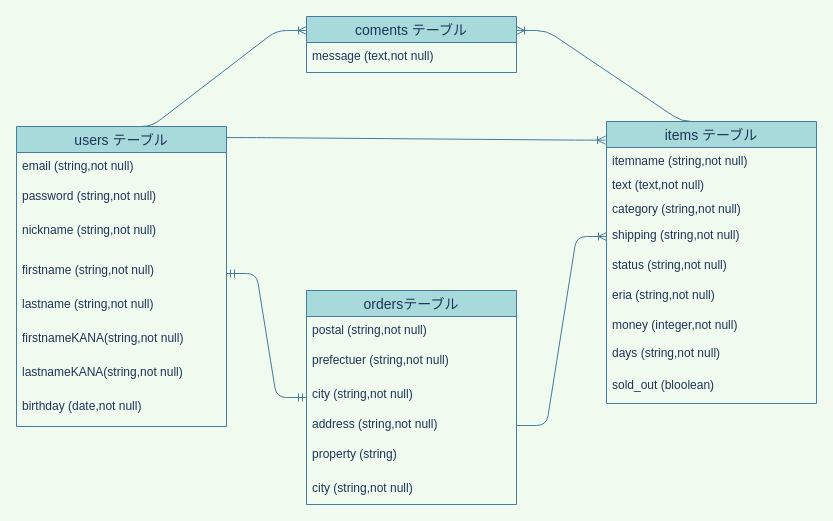
ucchiii0210/furima-32884 keeps this draw.io diagram as app/er.dio. Above is the earlier version. Source tidied: cells renumbered, new cells numbered last; positions are measured from the earlier drawing's top-left corner, leaving out a move shared by most shapes. Both pictures are drawn from the tidied source at 100%, with x=0, y=0 at pixel (16, 16).
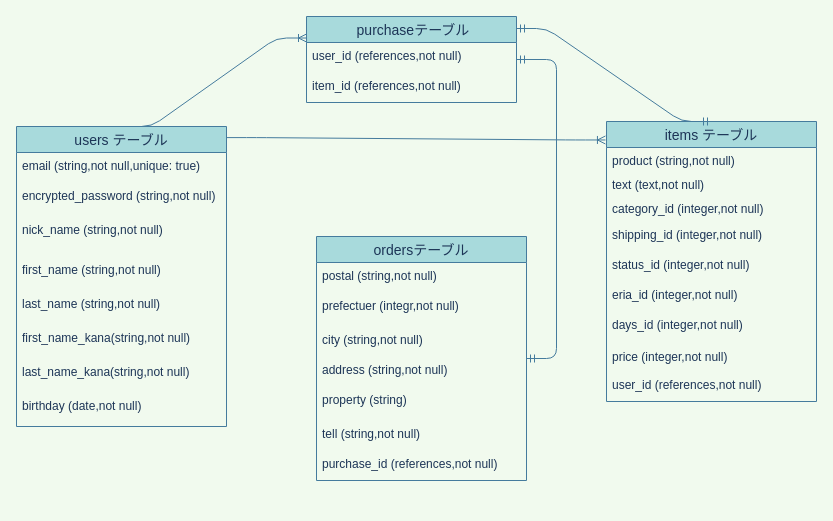
The same page after the edit.

Commit message (it also covers changes not shown here):
readmeとER図の修正

The change refers to these unchanged cells:
```xml
<mxCell id="2" value="users テーブル" style="swimlane;fontStyle=0;horizontal=1;startSize=26;align=center;fontSize=14;fillColor=#A8DADC;strokeColor=#457B9D;fontColor=#1D3557;" parent="1" vertex="1">
  <mxGeometry y="110" width="210" height="300" as="geometry" />
</mxCell>
<mxCell id="30" value="address (string,not null)" style="text;strokeColor=none;fillColor=none;spacingLeft=4;spacingRight=4;overflow=hidden;points=[[0,0.5],[1,0.5]];portConstraint=eastwest;fontSize=12;fontColor=#1D3557;" parent="26" vertex="1">
  <mxGeometry y="120" width="210" height="30" as="geometry" />
</mxCell>
```

The edit, as a diff of the source:
```diff
@@
-    <mxCell id="3" value="email (string,not null)&#10;" style="text;strokeColor=none;fillColor=none;spacingLeft=4;spacingRight=4;overflow=hidden;fontSize=12;fontColor=#1D3557;" parent="2" vertex="1">
+    <mxCell id="3" value="email (string,not null,unique: true)" style="text;strokeColor=none;fillColor=none;spacingLeft=4;spacingRight=4;overflow=hidden;fontSize=12;fontColor=#1D3557;" parent="2" vertex="1">
       <mxGeometry y="26" width="210" height="30" as="geometry" />
     </mxCell>
-    <mxCell id="4" value="password (string,not null)" style="text;strokeColor=none;fillColor=none;spacingLeft=4;spacingRight=4;overflow=hidden;fontSize=12;fontColor=#1D3557;" parent="2" vertex="1">
+    <mxCell id="4" value="encrypted_password (string,not null)" style="text;strokeColor=none;fillColor=none;spacingLeft=4;spacingRight=4;overflow=hidden;fontSize=12;fontColor=#1D3557;" parent="2" vertex="1">
       <mxGeometry y="56" width="210" height="34" as="geometry" />
     </mxCell>
-    <mxCell id="5" value="nickname (string,not null)" style="text;strokeColor=none;fillColor=none;spacingLeft=4;spacingRight=4;overflow=hidden;fontSize=12;fontColor=#1D3557;" parent="2" vertex="1">
+    <mxCell id="5" value="nick_name (string,not null)" style="text;strokeColor=none;fillColor=none;spacingLeft=4;spacingRight=4;overflow=hidden;fontSize=12;fontColor=#1D3557;" parent="2" vertex="1">
       <mxGeometry y="90" width="210" height="40" as="geometry" />
     </mxCell>
-    <mxCell id="6" value="firstname (string,not null)" style="text;strokeColor=none;fillColor=none;spacingLeft=4;spacingRight=4;overflow=hidden;points=[[0,0.5],[1,0.5]];portConstraint=eastwest;fontSize=12;fontColor=#1D3557;" parent="2" vertex="1">
+    <mxCell id="6" value="first_name (string,not null)" style="text;strokeColor=none;fillColor=none;spacingLeft=4;spacingRight=4;overflow=hidden;points=[[0,0.5],[1,0.5]];portConstraint=eastwest;fontSize=12;fontColor=#1D3557;" parent="2" vertex="1">
       <mxGeometry y="130" width="210" height="34" as="geometry" />
     </mxCell>
-    <mxCell id="7" value="lastname (string,not null)" style="text;strokeColor=none;fillColor=none;spacingLeft=4;spacingRight=4;overflow=hidden;fontSize=12;fontColor=#1D3557;" parent="2" vertex="1">
+    <mxCell id="7" value="last_name (string,not null)" style="text;strokeColor=none;fillColor=none;spacingLeft=4;spacingRight=4;overflow=hidden;fontSize=12;fontColor=#1D3557;" parent="2" vertex="1">
       <mxGeometry y="164" width="210" height="34" as="geometry" />
     </mxCell>
-    <mxCell id="8" value="firstnameKANA(string,not null)" style="text;strokeColor=none;fillColor=none;spacingLeft=4;spacingRight=4;overflow=hidden;fontSize=12;fontColor=#1D3557;" parent="2" vertex="1">
+    <mxCell id="8" value="first_name_kana(string,not null)" style="text;strokeColor=none;fillColor=none;spacingLeft=4;spacingRight=4;overflow=hidden;fontSize=12;fontColor=#1D3557;" parent="2" vertex="1">
       <mxGeometry y="198" width="210" height="34" as="geometry" />
     </mxCell>
-    <mxCell id="9" value="lastnameKANA(string,not null)" style="text;strokeColor=none;fillColor=none;spacingLeft=4;spacingRight=4;overflow=hidden;fontSize=12;fontColor=#1D3557;" parent="2" vertex="1">
+    <mxCell id="9" value="last_name_kana(string,not null)" style="text;strokeColor=none;fillColor=none;spacingLeft=4;spacingRight=4;overflow=hidden;fontSize=12;fontColor=#1D3557;" parent="2" vertex="1">
       <mxGeometry y="232" width="210" height="34" as="geometry" />
     </mxCell>
@@
     <mxCell id="12" value="items テーブル" style="swimlane;fontStyle=0;horizontal=1;startSize=26;align=center;fontSize=14;direction=east;fillColor=#A8DADC;strokeColor=#457B9D;fontColor=#1D3557;" parent="1" vertex="1">
-      <mxGeometry x="590" y="105" width="210" height="282" as="geometry" />
+      <mxGeometry x="590" y="105" width="210" height="280" as="geometry" />
     </mxCell>
-    <mxCell id="13" value="itemname (string,not null)&#10;" style="text;strokeColor=none;fillColor=none;spacingLeft=4;spacingRight=4;overflow=hidden;fontSize=12;fontColor=#1D3557;" parent="12" vertex="1">
+    <mxCell id="13" value="product (string,not null)&#10;" style="text;strokeColor=none;fillColor=none;spacingLeft=4;spacingRight=4;overflow=hidden;fontSize=12;fontColor=#1D3557;" parent="12" vertex="1">
       <mxGeometry y="26" width="210" height="24" as="geometry" />
     </mxCell>
@@
-    <mxCell id="15" value="category (string,not null)" style="text;strokeColor=none;fillColor=none;spacingLeft=4;spacingRight=4;overflow=hidden;fontSize=12;fontColor=#1D3557;" parent="12" vertex="1">
+    <mxCell id="15" value="category_id (integer,not null)" style="text;strokeColor=none;fillColor=none;spacingLeft=4;spacingRight=4;overflow=hidden;fontSize=12;fontColor=#1D3557;" parent="12" vertex="1">
       <mxGeometry y="74" width="210" height="26" as="geometry" />
     </mxCell>
-    <mxCell id="16" value="shipping (string,not null)" style="text;strokeColor=none;fillColor=none;spacingLeft=4;spacingRight=4;overflow=hidden;points=[[0,0.5],[1,0.5]];portConstraint=eastwest;fontSize=12;fontColor=#1D3557;" parent="12" vertex="1">
+    <mxCell id="16" value="shipping_id (integer,not null)" style="text;strokeColor=none;fillColor=none;spacingLeft=4;spacingRight=4;overflow=hidden;points=[[0,0.5],[1,0.5]];portConstraint=eastwest;fontSize=12;fontColor=#1D3557;" parent="12" vertex="1">
       <mxGeometry y="100" width="210" height="30" as="geometry" />
     </mxCell>
-    <mxCell id="17" value="status (string,not null)" style="text;strokeColor=none;fillColor=none;spacingLeft=4;spacingRight=4;overflow=hidden;fontSize=12;fontColor=#1D3557;" parent="12" vertex="1">
+    <mxCell id="17" value="status_id (integer,not null)" style="text;strokeColor=none;fillColor=none;spacingLeft=4;spacingRight=4;overflow=hidden;fontSize=12;fontColor=#1D3557;" parent="12" vertex="1">
       <mxGeometry y="130" width="210" height="30" as="geometry" />
     </mxCell>
-    <mxCell id="18" value="eria (string,not null)" style="text;strokeColor=none;fillColor=none;spacingLeft=4;spacingRight=4;overflow=hidden;fontSize=12;fontColor=#1D3557;" parent="12" vertex="1">
+    <mxCell id="18" value="eria_id (integer,not null)" style="text;strokeColor=none;fillColor=none;spacingLeft=4;spacingRight=4;overflow=hidden;fontSize=12;fontColor=#1D3557;" parent="12" vertex="1">
       <mxGeometry y="160" width="210" height="30" as="geometry" />
     </mxCell>
+    <mxCell id="20" value="days_id (integer,not null)" style="text;strokeColor=none;fillColor=none;spacingLeft=4;spacingRight=4;overflow=hidden;fontSize=12;fontColor=#1D3557;" parent="12" vertex="1">
+      <mxGeometry y="190" width="210" height="32" as="geometry" />
+    </mxCell>
-    <mxCell id="19" value="money (integer,not null)" style="text;strokeColor=none;fillColor=none;spacingLeft=4;spacingRight=4;overflow=hidden;fontSize=12;fontColor=#1D3557;labelBackgroundColor=none;" parent="12" vertex="1">
-      <mxGeometry y="190" width="210" height="28" as="geometry" />
+    <mxCell id="19" value="price (integer,not null)" style="text;strokeColor=none;fillColor=none;spacingLeft=4;spacingRight=4;overflow=hidden;fontSize=12;fontColor=#1D3557;labelBackgroundColor=none;" parent="12" vertex="1">
+      <mxGeometry y="222" width="210" height="28" as="geometry" />
     </mxCell>
-    <mxCell id="20" value="days (string,not null)" style="text;strokeColor=none;fillColor=none;spacingLeft=4;spacingRight=4;overflow=hidden;fontSize=12;fontColor=#1D3557;" parent="12" vertex="1">
-      <mxGeometry y="218" width="210" height="32" as="geometry" />
-    </mxCell>
-    <mxCell id="21" value="sold_out (bloolean)" style="text;strokeColor=none;fillColor=none;spacingLeft=4;spacingRight=4;overflow=hidden;fontSize=12;fontColor=#1D3557;" parent="12" vertex="1">
-      <mxGeometry y="250" width="210" height="32" as="geometry" />
-    </mxCell>
+    <mxCell id="35" value="user_id (references,not null)&#10;" style="text;strokeColor=none;fillColor=none;spacingLeft=4;spacingRight=4;overflow=hidden;fontSize=12;fontColor=#1D3557;" parent="12" vertex="1">
+      <mxGeometry y="250" width="210" height="30" as="geometry" />
+    </mxCell>
-    <mxCell id="22" value="coments テーブル" style="swimlane;fontStyle=0;horizontal=1;startSize=26;align=center;fontSize=14;fillColor=#A8DADC;strokeColor=#457B9D;fontColor=#1D3557;" parent="1" vertex="1">
-      <mxGeometry x="290" width="210" height="56" as="geometry" />
+    <mxCell id="22" value=" purchaseテーブル" style="swimlane;fontStyle=0;horizontal=1;startSize=26;align=center;fontSize=14;fillColor=#A8DADC;strokeColor=#457B9D;fontColor=#1D3557;" parent="1" vertex="1">
+      <mxGeometry x="290" width="210" height="86" as="geometry" />
     </mxCell>
-    <mxCell id="23" value="message (text,not null)&#10;" style="text;strokeColor=none;fillColor=none;spacingLeft=4;spacingRight=4;overflow=hidden;fontSize=12;fontColor=#1D3557;" parent="22" vertex="1">
+    <mxCell id="23" value="user_id (references,not null)&#10;" style="text;strokeColor=none;fillColor=none;spacingLeft=4;spacingRight=4;overflow=hidden;fontSize=12;fontColor=#1D3557;" parent="22" vertex="1">
       <mxGeometry y="26" width="210" height="30" as="geometry" />
     </mxCell>
+    <mxCell id="36" value="item_id (references,not null)&#10;" style="text;strokeColor=none;fillColor=none;spacingLeft=4;spacingRight=4;overflow=hidden;fontSize=12;fontColor=#1D3557;" parent="22" vertex="1">
+      <mxGeometry y="56" width="210" height="30" as="geometry" />
+    </mxCell>
@@
-    <mxCell id="25" style="edgeStyle=entityRelationEdgeStyle;fontSize=12;html=1;endArrow=ERoneToMany;exitX=0.5;exitY=0;exitDx=0;exitDy=0;entryX=1;entryY=0.25;entryDx=0;entryDy=0;strokeColor=#457B9D;fontColor=#1D3557;labelBackgroundColor=#F1FAEE;" parent="1" edge="1" source="12" target="22">
-      <mxGeometry relative="1" as="geometry" />
-    </mxCell>
     <mxCell id="26" value="ordersテーブル" style="swimlane;fontStyle=0;horizontal=1;startSize=26;align=center;fontSize=14;fillColor=#A8DADC;fontColor=#1D3557;labelBorderColor=none;strokeColor=#457B9D;" parent="1" vertex="1">
-      <mxGeometry x="290" y="274" width="210" height="214" as="geometry" />
+      <mxGeometry x="300" y="220" width="210" height="244" as="geometry" />
     </mxCell>
@@
-    <mxCell id="28" value="prefectuer (string,not null)" style="text;strokeColor=none;fillColor=none;spacingLeft=4;spacingRight=4;overflow=hidden;fontSize=12;fontColor=#1D3557;labelBorderColor=none;" parent="26" vertex="1">
+    <mxCell id="28" value="prefectuer (integr,not null)" style="text;strokeColor=none;fillColor=none;spacingLeft=4;spacingRight=4;overflow=hidden;fontSize=12;fontColor=#1D3557;labelBorderColor=none;" parent="26" vertex="1">
       <mxGeometry y="56" width="210" height="34" as="geometry" />
     </mxCell>
@@
-    <mxCell id="32" value="city (string,not null)" style="text;strokeColor=none;fillColor=none;spacingLeft=4;spacingRight=4;overflow=hidden;fontSize=12;fontColor=#1D3557;" parent="26" vertex="1">
+    <mxCell id="32" value="tell (string,not null)" style="text;strokeColor=none;fillColor=none;spacingLeft=4;spacingRight=4;overflow=hidden;fontSize=12;fontColor=#1D3557;" parent="26" vertex="1">
       <mxGeometry y="184" width="210" height="30" as="geometry" />
     </mxCell>
-    <mxCell id="33" style="edgeStyle=entityRelationEdgeStyle;fontSize=12;html=1;endArrow=ERmandOne;startArrow=ERmandOne;strokeColor=#457B9D;fillColor=#A8DADC;entryX=1;entryY=0.5;entryDx=0;entryDy=0;" parent="1" edge="1" source="26" target="6">
-      <mxGeometry relative="1" as="geometry" />
-    </mxCell>
-    <mxCell id="34" style="edgeStyle=entityRelationEdgeStyle;fontSize=12;html=1;endArrow=ERoneToMany;entryX=0;entryY=0.5;entryDx=0;entryDy=0;exitX=1;exitY=0.5;exitDx=0;exitDy=0;strokeColor=#457B9D;fontColor=#1D3557;labelBackgroundColor=#F1FAEE;" parent="1" edge="1" source="30" target="16">
-      <mxGeometry relative="1" as="geometry" />
-    </mxCell>
+    <mxCell id="37" value="purchase_id (references,not null)&#10;" style="text;strokeColor=none;fillColor=none;spacingLeft=4;spacingRight=4;overflow=hidden;fontSize=12;fontColor=#1D3557;" parent="26" vertex="1">
+      <mxGeometry y="214" width="210" height="30" as="geometry" />
+    </mxCell>
+    <mxCell id="38" style="edgeStyle=entityRelationEdgeStyle;fontSize=12;html=1;endArrow=ERmandOne;startArrow=ERmandOne;fillColor=#1ba1e2;strokeColor=#457B9D;" parent="1" edge="1" source="22" target="26">
+      <mxGeometry relative="1" as="geometry" />
+    </mxCell>
+    <mxCell id="39" style="edgeStyle=entityRelationEdgeStyle;fontSize=12;html=1;endArrow=ERmandOne;startArrow=ERmandOne;fillColor=#1ba1e2;strokeColor=#457B9D;entryX=0.5;entryY=0;entryDx=0;entryDy=0;" parent="1" edge="1" target="12">
+      <mxGeometry relative="1" as="geometry">
+        <mxPoint x="500" y="12" as="sourcePoint" />
+      </mxGeometry>
+    </mxCell>
```
